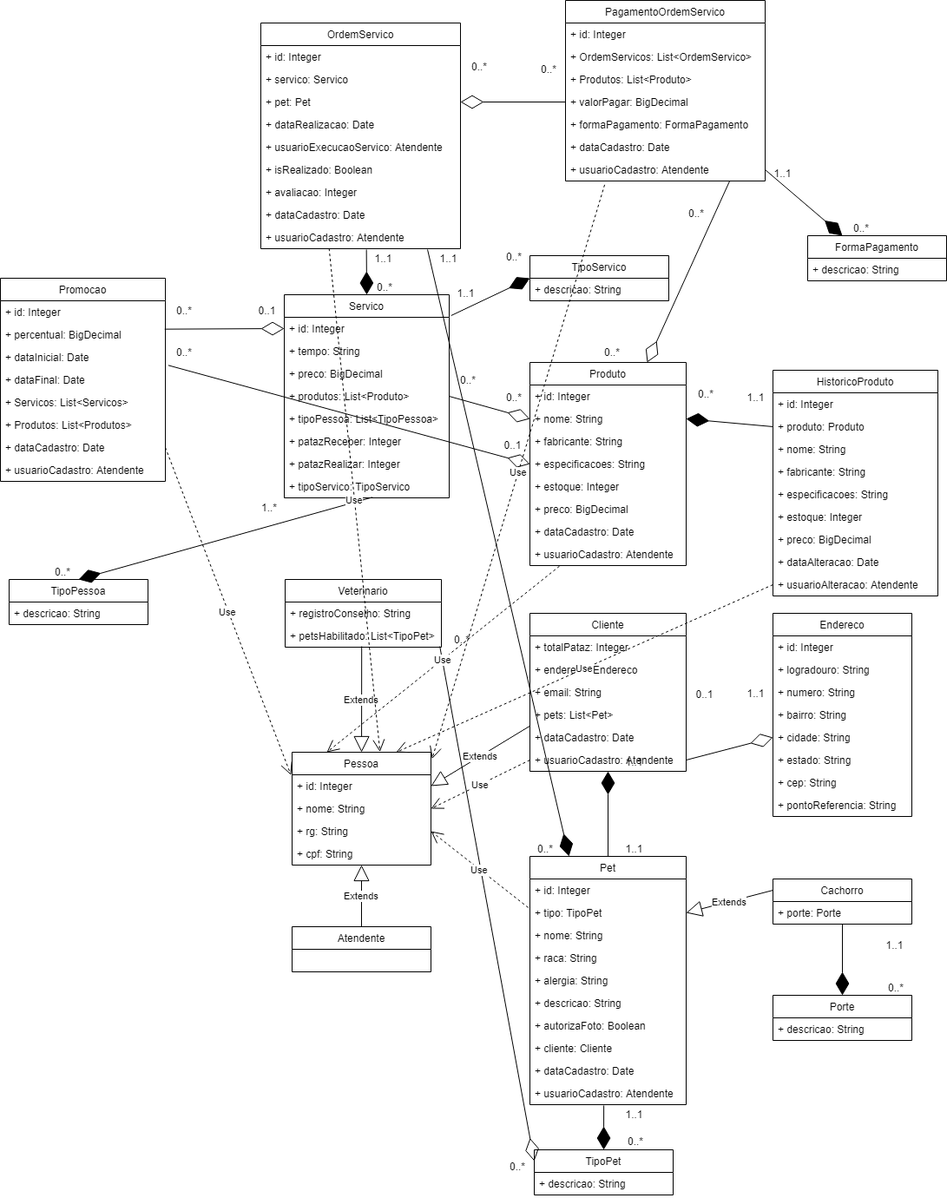
Before: Classes de Domínio.png, a diagram exported from draw.io (rospiel/Doc-Tcc-Engenharia-de-Software). Source tidied: cells renumbered, new cells last; positions are measured from the earlier drawing's top-left corner, leaving out a move shared by most shapes.
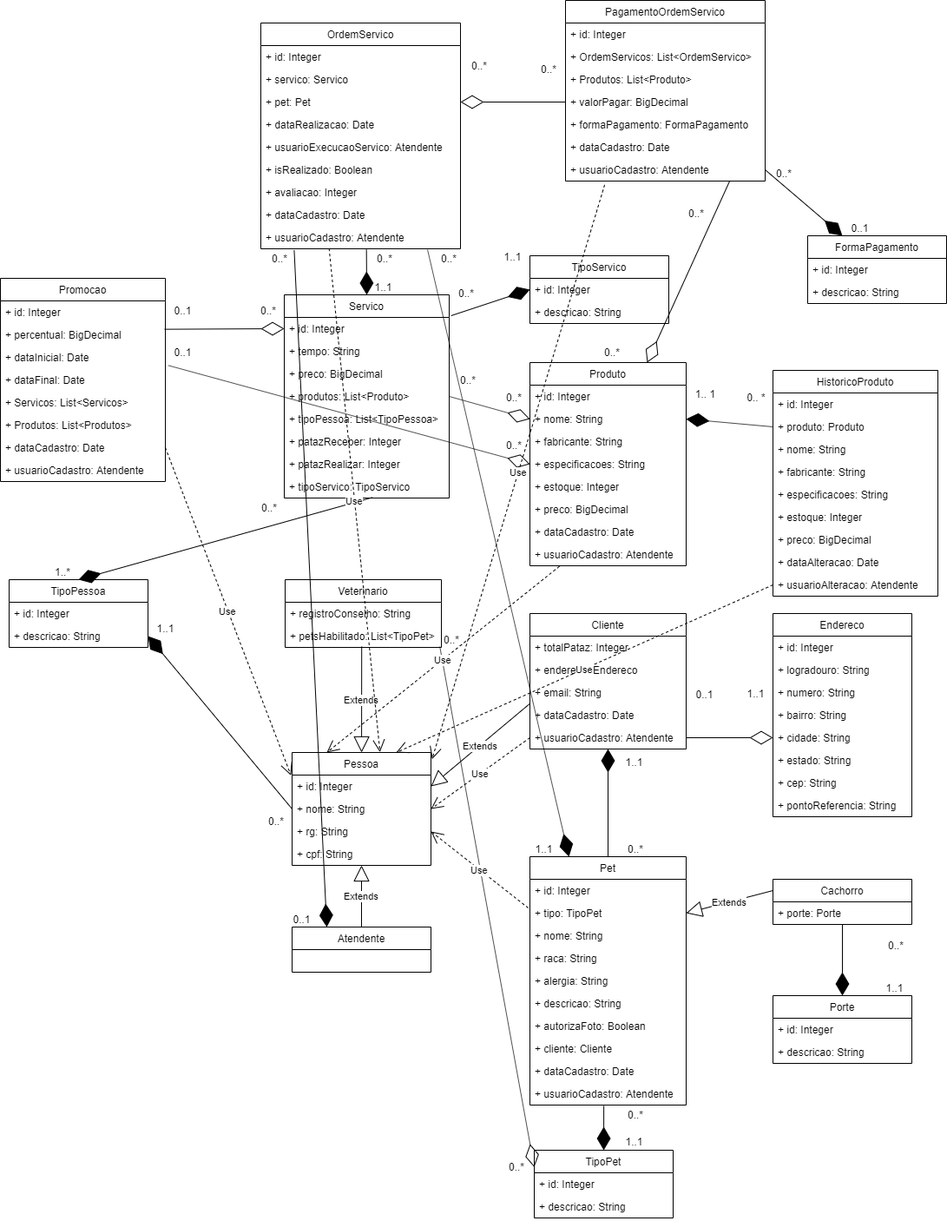
The same file after the commit.

Commit message:
Ajustes na classe de domínio e modelo entidade relacionamento

Diff of the diagram source:
```diff
@@ -4,2 +4,5 @@
     <mxCell id="1" parent="0" />
+    <mxCell id="164" style="endArrow=diamondThin;endFill=1;endSize=24;html=1;exitX=0.167;exitY=1.059;exitDx=0;exitDy=0;entryX=0.25;entryY=0;entryDx=0;entryDy=0;exitPerimeter=0;" parent="1" edge="1" source="100" target="79">
+      <mxGeometry relative="1" as="geometry" />
+    </mxCell>
     <mxCell id="2" value="Servico" style="swimlane;fontStyle=0;horizontal=1;startSize=26;fillColor=none;" parent="1" vertex="1">
@@ -89,3 +92,3 @@
     <mxCell id="30" value="Cliente" style="swimlane;fontStyle=0;horizontal=1;startSize=26;fillColor=none;" parent="1" vertex="1">
-      <mxGeometry x="610" y="706" width="180" height="182" as="geometry" />
+      <mxGeometry x="610" y="706" width="180" height="156" as="geometry" />
     </mxCell>
@@ -100,10 +103,7 @@
     </mxCell>
-    <mxCell id="34" value="+ pets: List&lt;Pet&gt;" style="text;strokeColor=none;fillColor=none;align=left;verticalAlign=top;spacingLeft=4;spacingRight=4;overflow=hidden;" parent="30" vertex="1">
-      <mxGeometry y="104" width="180" height="26" as="geometry" />
-    </mxCell>
     <mxCell id="35" value="+ dataCadastro: Date" style="text;strokeColor=none;fillColor=none;align=left;verticalAlign=top;spacingLeft=4;spacingRight=4;overflow=hidden;points=[[0,0.5],[1,0.5]];portConstraint=eastwest;" parent="30" vertex="1">
-      <mxGeometry y="130" width="180" height="26" as="geometry" />
+      <mxGeometry y="104" width="180" height="26" as="geometry" />
     </mxCell>
     <mxCell id="36" value="+ usuarioCadastro: Atendente" style="text;strokeColor=none;fillColor=none;align=left;verticalAlign=top;spacingLeft=4;spacingRight=4;overflow=hidden;points=[[0,0.5],[1,0.5]];portConstraint=eastwest;" parent="30" vertex="1">
-      <mxGeometry y="156" width="180" height="26" as="geometry" />
+      <mxGeometry y="130" width="180" height="26" as="geometry" />
     </mxCell>
@@ -205,11 +205,2 @@
     </mxCell>
-    <mxCell id="69" value="Veterinario" style="swimlane;fontStyle=0;horizontal=1;startSize=26;fillColor=none;" parent="1" vertex="1">
-      <mxGeometry x="328" y="667" width="180" height="78" as="geometry" />
-    </mxCell>
-    <mxCell id="70" value="+ registroConselho: String" style="text;strokeColor=none;fillColor=none;align=left;verticalAlign=top;spacingLeft=4;spacingRight=4;overflow=hidden;" parent="69" vertex="1">
-      <mxGeometry y="26" width="180" height="26" as="geometry" />
-    </mxCell>
-    <mxCell id="71" value="+ petsHabilitado: List&lt;TipoPet&gt;" style="text;strokeColor=none;fillColor=none;align=left;verticalAlign=top;spacingLeft=4;spacingRight=4;overflow=hidden;points=[[0,0.5],[1,0.5]];portConstraint=eastwest;" parent="69" vertex="1">
-      <mxGeometry y="52" width="180" height="26" as="geometry" />
-    </mxCell>
     <mxCell id="72" value="Extends" style="endArrow=block;endSize=16;endFill=0;html=1;exitX=0.49;exitY=0.962;exitDx=0;exitDy=0;exitPerimeter=0;" parent="1" edge="1" source="71" target="63">
@@ -221,3 +212,3 @@
     <mxCell id="74" value="0..*" style="text;html=1;strokeColor=none;fillColor=none;align=center;verticalAlign=middle;whiteSpace=wrap;rounded=0;" parent="1" vertex="1">
-      <mxGeometry x="510" y="725" width="40" height="20" as="geometry" />
+      <mxGeometry x="499" y="725" width="40" height="20" as="geometry" />
     </mxCell>
@@ -242,6 +233,9 @@
     <mxCell id="81" value="TipoPessoa" style="swimlane;fontStyle=0;horizontal=1;startSize=26;fillColor=none;" parent="1" vertex="1">
-      <mxGeometry x="10" y="667" width="160" height="52" as="geometry" />
+      <mxGeometry x="10" y="667" width="160" height="78" as="geometry" />
     </mxCell>
+    <mxCell id="165" value="+ id: Integer" style="text;strokeColor=none;fillColor=none;align=left;verticalAlign=top;spacingLeft=4;spacingRight=4;overflow=hidden;" parent="81" vertex="1">
+      <mxGeometry y="26" width="160" height="26" as="geometry" />
+    </mxCell>
     <mxCell id="82" value="+ descricao: String" style="text;strokeColor=none;fillColor=none;align=left;verticalAlign=top;spacingLeft=4;spacingRight=4;overflow=hidden;points=[[0,0.5],[1,0.5]];portConstraint=eastwest;" parent="81" vertex="1">
-      <mxGeometry y="26" width="160" height="26" as="geometry" />
+      <mxGeometry y="52" width="160" height="26" as="geometry" />
     </mxCell>
@@ -250,6 +244,6 @@
     </mxCell>
-    <mxCell id="84" value="1..*" style="text;html=1;strokeColor=none;fillColor=none;align=center;verticalAlign=middle;whiteSpace=wrap;rounded=0;" parent="1" vertex="1">
+    <mxCell id="84" value="0..*" style="text;html=1;strokeColor=none;fillColor=none;align=center;verticalAlign=middle;whiteSpace=wrap;rounded=0;" parent="1" vertex="1">
       <mxGeometry x="288" y="573" width="40" height="20" as="geometry" />
     </mxCell>
-    <mxCell id="85" value="0..*" style="text;html=1;strokeColor=none;fillColor=none;align=center;verticalAlign=middle;whiteSpace=wrap;rounded=0;" parent="1" vertex="1">
+    <mxCell id="85" value="1..*" style="text;html=1;strokeColor=none;fillColor=none;align=center;verticalAlign=middle;whiteSpace=wrap;rounded=0;" parent="1" vertex="1">
       <mxGeometry x="50" y="647" width="40" height="20" as="geometry" />
@@ -257,6 +251,9 @@
     <mxCell id="86" value="Porte" style="swimlane;fontStyle=0;horizontal=1;startSize=26;fillColor=none;" parent="1" vertex="1">
-      <mxGeometry x="890" y="1146" width="160" height="52" as="geometry" />
+      <mxGeometry x="890" y="1146" width="160" height="78" as="geometry" />
     </mxCell>
+    <mxCell id="166" value="+ id: Integer" style="text;strokeColor=none;fillColor=none;align=left;verticalAlign=top;spacingLeft=4;spacingRight=4;overflow=hidden;" parent="86" vertex="1">
+      <mxGeometry y="26" width="160" height="26" as="geometry" />
+    </mxCell>
     <mxCell id="87" value="+ descricao: String" style="text;strokeColor=none;fillColor=none;align=left;verticalAlign=top;spacingLeft=4;spacingRight=4;overflow=hidden;" parent="86" vertex="1">
-      <mxGeometry y="26" width="160" height="26" as="geometry" />
+      <mxGeometry y="52" width="160" height="26" as="geometry" />
     </mxCell>
@@ -265,6 +262,6 @@
     </mxCell>
-    <mxCell id="89" value="1..1" style="text;html=1;strokeColor=none;fillColor=none;align=center;verticalAlign=middle;whiteSpace=wrap;rounded=0;" parent="1" vertex="1">
+    <mxCell id="89" value="0..*" style="text;html=1;strokeColor=none;fillColor=none;align=center;verticalAlign=middle;whiteSpace=wrap;rounded=0;" parent="1" vertex="1">
       <mxGeometry x="1010" y="1077" width="40" height="20" as="geometry" />
     </mxCell>
-    <mxCell id="90" value="0..*" style="text;html=1;strokeColor=none;fillColor=none;align=center;verticalAlign=middle;whiteSpace=wrap;rounded=0;" parent="1" vertex="1">
+    <mxCell id="90" value="1..1" style="text;html=1;strokeColor=none;fillColor=none;align=center;verticalAlign=middle;whiteSpace=wrap;rounded=0;" parent="1" vertex="1">
       <mxGeometry x="1010" y="1126" width="40" height="20" as="geometry" />
@@ -304,3 +301,3 @@
     </mxCell>
-    <mxCell id="102" value="1..1" style="text;html=1;strokeColor=none;fillColor=none;align=center;verticalAlign=middle;whiteSpace=wrap;rounded=0;" parent="1" vertex="1">
+    <mxCell id="102" value="0..*" style="text;html=1;strokeColor=none;fillColor=none;align=center;verticalAlign=middle;whiteSpace=wrap;rounded=0;" parent="1" vertex="1">
       <mxGeometry x="710" y="966" width="40" height="20" as="geometry" />
@@ -311,6 +308,9 @@
     <mxCell id="104" value="TipoServico" style="swimlane;fontStyle=0;horizontal=1;startSize=26;fillColor=none;" parent="1" vertex="1">
-      <mxGeometry x="610" y="294" width="160" height="52" as="geometry" />
+      <mxGeometry x="610" y="294" width="160" height="78" as="geometry" />
     </mxCell>
+    <mxCell id="167" value="+ id: Integer" style="text;strokeColor=none;fillColor=none;align=left;verticalAlign=top;spacingLeft=4;spacingRight=4;overflow=hidden;" parent="104" vertex="1">
+      <mxGeometry y="26" width="160" height="26" as="geometry" />
+    </mxCell>
     <mxCell id="105" value="+ descricao: String" style="text;strokeColor=none;fillColor=none;align=left;verticalAlign=top;spacingLeft=4;spacingRight=4;overflow=hidden;" parent="104" vertex="1">
-      <mxGeometry y="26" width="160" height="26" as="geometry" />
+      <mxGeometry y="52" width="160" height="26" as="geometry" />
     </mxCell>
@@ -319,6 +319,6 @@
     </mxCell>
-    <mxCell id="107" value="1..1" style="text;html=1;strokeColor=none;fillColor=none;align=center;verticalAlign=middle;whiteSpace=wrap;rounded=0;" parent="1" vertex="1">
+    <mxCell id="107" value="0..*" style="text;html=1;strokeColor=none;fillColor=none;align=center;verticalAlign=middle;whiteSpace=wrap;rounded=0;" parent="1" vertex="1">
       <mxGeometry x="515.5" y="326" width="40" height="20" as="geometry" />
     </mxCell>
-    <mxCell id="108" value="0..*" style="text;html=1;strokeColor=none;fillColor=none;align=center;verticalAlign=middle;whiteSpace=wrap;rounded=0;" parent="1" vertex="1">
+    <mxCell id="108" value="1..1" style="text;html=1;strokeColor=none;fillColor=none;align=center;verticalAlign=middle;whiteSpace=wrap;rounded=0;" parent="1" vertex="1">
       <mxGeometry x="570" y="284" width="40" height="20" as="geometry" />
@@ -326,6 +326,9 @@
     <mxCell id="109" value="TipoPet" style="swimlane;fontStyle=0;horizontal=1;startSize=26;fillColor=none;" parent="1" vertex="1">
-      <mxGeometry x="615" y="1324" width="160" height="52" as="geometry" />
+      <mxGeometry x="615" y="1324" width="160" height="78" as="geometry" />
     </mxCell>
+    <mxCell id="168" value="+ id: Integer" style="text;strokeColor=none;fillColor=none;align=left;verticalAlign=top;spacingLeft=4;spacingRight=4;overflow=hidden;" parent="109" vertex="1">
+      <mxGeometry y="26" width="160" height="26" as="geometry" />
+    </mxCell>
     <mxCell id="110" value="+ descricao: String" style="text;strokeColor=none;fillColor=none;align=left;verticalAlign=top;spacingLeft=4;spacingRight=4;overflow=hidden;" parent="109" vertex="1">
-      <mxGeometry y="26" width="160" height="26" as="geometry" />
+      <mxGeometry y="52" width="160" height="26" as="geometry" />
     </mxCell>
@@ -334,6 +337,6 @@
     </mxCell>
-    <mxCell id="112" value="1..1" style="text;html=1;strokeColor=none;fillColor=none;align=center;verticalAlign=middle;whiteSpace=wrap;rounded=0;" parent="1" vertex="1">
+    <mxCell id="112" value="0..*" style="text;html=1;strokeColor=none;fillColor=none;align=center;verticalAlign=middle;whiteSpace=wrap;rounded=0;" parent="1" vertex="1">
       <mxGeometry x="710" y="1272" width="40" height="20" as="geometry" />
     </mxCell>
-    <mxCell id="113" value="0..*" style="text;html=1;strokeColor=none;fillColor=none;align=center;verticalAlign=middle;whiteSpace=wrap;rounded=0;" parent="1" vertex="1">
+    <mxCell id="113" value="1..1" style="text;html=1;strokeColor=none;fillColor=none;align=center;verticalAlign=middle;whiteSpace=wrap;rounded=0;" parent="1" vertex="1">
       <mxGeometry x="710" y="1303" width="40" height="20" as="geometry" />
@@ -343,6 +346,6 @@
     </mxCell>
-    <mxCell id="115" value="1..1" style="text;html=1;strokeColor=none;fillColor=none;align=center;verticalAlign=middle;whiteSpace=wrap;rounded=0;" parent="1" vertex="1">
+    <mxCell id="115" value="0..*" style="text;html=1;strokeColor=none;fillColor=none;align=center;verticalAlign=middle;whiteSpace=wrap;rounded=0;" parent="1" vertex="1">
       <mxGeometry x="421" y="286" width="40" height="20" as="geometry" />
     </mxCell>
-    <mxCell id="116" value="0..*" style="text;html=1;strokeColor=none;fillColor=none;align=center;verticalAlign=middle;whiteSpace=wrap;rounded=0;" parent="1" vertex="1">
+    <mxCell id="116" value="1..1" style="text;html=1;strokeColor=none;fillColor=none;align=center;verticalAlign=middle;whiteSpace=wrap;rounded=0;" parent="1" vertex="1">
       <mxGeometry x="421" y="319" width="40" height="20" as="geometry" />
@@ -374,6 +377,9 @@
     <mxCell id="125" value="FormaPagamento" style="swimlane;fontStyle=0;horizontal=1;startSize=26;fillColor=none;" parent="1" vertex="1">
-      <mxGeometry x="930" y="271" width="160" height="52" as="geometry" />
+      <mxGeometry x="930" y="271" width="160" height="78" as="geometry" />
     </mxCell>
+    <mxCell id="169" value="+ id: Integer" style="text;strokeColor=none;fillColor=none;align=left;verticalAlign=top;spacingLeft=4;spacingRight=4;overflow=hidden;" parent="125" vertex="1">
+      <mxGeometry y="26" width="160" height="26" as="geometry" />
+    </mxCell>
     <mxCell id="126" value="+ descricao: String" style="text;strokeColor=none;fillColor=none;align=left;verticalAlign=top;spacingLeft=4;spacingRight=4;overflow=hidden;" parent="125" vertex="1">
-      <mxGeometry y="26" width="160" height="26" as="geometry" />
+      <mxGeometry y="52" width="160" height="26" as="geometry" />
     </mxCell>
@@ -382,6 +388,6 @@
     </mxCell>
-    <mxCell id="128" value="1..1" style="text;html=1;strokeColor=none;fillColor=none;align=center;verticalAlign=middle;whiteSpace=wrap;rounded=0;" parent="1" vertex="1">
+    <mxCell id="128" value="0..*" style="text;html=1;strokeColor=none;fillColor=none;align=center;verticalAlign=middle;whiteSpace=wrap;rounded=0;" parent="1" vertex="1">
       <mxGeometry x="881" y="188" width="40" height="20" as="geometry" />
     </mxCell>
-    <mxCell id="129" value="0..*" style="text;html=1;strokeColor=none;fillColor=none;align=center;verticalAlign=middle;whiteSpace=wrap;rounded=0;" parent="1" vertex="1">
+    <mxCell id="129" value="0..1" style="text;html=1;strokeColor=none;fillColor=none;align=center;verticalAlign=middle;whiteSpace=wrap;rounded=0;" parent="1" vertex="1">
       <mxGeometry x="970" y="251" width="40" height="20" as="geometry" />
@@ -439,12 +445,12 @@
     </mxCell>
-    <mxCell id="147" value="0..*" style="text;html=1;strokeColor=none;fillColor=none;align=center;verticalAlign=middle;whiteSpace=wrap;rounded=0;" parent="1" vertex="1">
+    <mxCell id="147" value="0..1" style="text;html=1;strokeColor=none;fillColor=none;align=center;verticalAlign=middle;whiteSpace=wrap;rounded=0;" parent="1" vertex="1">
       <mxGeometry x="190" y="346" width="40" height="20" as="geometry" />
     </mxCell>
-    <mxCell id="148" value="0..1" style="text;html=1;strokeColor=none;fillColor=none;align=center;verticalAlign=middle;whiteSpace=wrap;rounded=0;" parent="1" vertex="1">
+    <mxCell id="148" value="0..*" style="text;html=1;strokeColor=none;fillColor=none;align=center;verticalAlign=middle;whiteSpace=wrap;rounded=0;" parent="1" vertex="1">
       <mxGeometry x="287" y="346" width="40" height="20" as="geometry" />
     </mxCell>
-    <mxCell id="149" value="0..*" style="text;html=1;strokeColor=none;fillColor=none;align=center;verticalAlign=middle;whiteSpace=wrap;rounded=0;" parent="1" vertex="1">
+    <mxCell id="149" value="0..1" style="text;html=1;strokeColor=none;fillColor=none;align=center;verticalAlign=middle;whiteSpace=wrap;rounded=0;" parent="1" vertex="1">
       <mxGeometry x="190" y="394" width="40" height="20" as="geometry" />
     </mxCell>
-    <mxCell id="150" value="0..1" style="text;html=1;strokeColor=none;fillColor=none;align=center;verticalAlign=middle;whiteSpace=wrap;rounded=0;" parent="1" vertex="1">
+    <mxCell id="150" value="0..*" style="text;html=1;strokeColor=none;fillColor=none;align=center;verticalAlign=middle;whiteSpace=wrap;rounded=0;" parent="1" vertex="1">
       <mxGeometry x="570" y="501" width="40" height="20" as="geometry" />
@@ -475,6 +481,6 @@
     </mxCell>
-    <mxCell id="159" value="1..1" style="text;html=1;strokeColor=none;fillColor=none;align=center;verticalAlign=middle;whiteSpace=wrap;rounded=0;" parent="1" vertex="1">
+    <mxCell id="159" value="0..*" style="text;html=1;strokeColor=none;fillColor=none;align=center;verticalAlign=middle;whiteSpace=wrap;rounded=0;" parent="1" vertex="1">
       <mxGeometry x="495.5" y="286" width="40" height="20" as="geometry" />
     </mxCell>
-    <mxCell id="160" value="0..*" style="text;html=1;strokeColor=none;fillColor=none;align=center;verticalAlign=middle;whiteSpace=wrap;rounded=0;" parent="1" vertex="1">
+    <mxCell id="160" value="1..1" style="text;html=1;strokeColor=none;fillColor=none;align=center;verticalAlign=middle;whiteSpace=wrap;rounded=0;" parent="1" vertex="1">
       <mxGeometry x="606" y="966" width="40" height="20" as="geometry" />
@@ -484,8 +490,32 @@
     </mxCell>
-    <mxCell id="162" value="0..*" style="text;html=1;strokeColor=none;fillColor=none;align=center;verticalAlign=middle;whiteSpace=wrap;rounded=0;" parent="1" vertex="1">
+    <mxCell id="162" value="1.. 1" style="text;html=1;strokeColor=none;fillColor=none;align=center;verticalAlign=middle;whiteSpace=wrap;rounded=0;" parent="1" vertex="1">
       <mxGeometry x="791" y="442" width="40" height="20" as="geometry" />
     </mxCell>
-    <mxCell id="163" value="1..1" style="text;html=1;strokeColor=none;fillColor=none;align=center;verticalAlign=middle;whiteSpace=wrap;rounded=0;" parent="1" vertex="1">
+    <mxCell id="163" value="0.. *" style="text;html=1;strokeColor=none;fillColor=none;align=center;verticalAlign=middle;whiteSpace=wrap;rounded=0;" parent="1" vertex="1">
       <mxGeometry x="850" y="446" width="40" height="20" as="geometry" />
     </mxCell>
+    <mxCell id="69" value="Veterinario" style="swimlane;fontStyle=0;horizontal=1;startSize=26;fillColor=none;" parent="1" vertex="1">
+      <mxGeometry x="328" y="667" width="180" height="78" as="geometry" />
+    </mxCell>
+    <mxCell id="70" value="+ registroConselho: String" style="text;strokeColor=none;fillColor=none;align=left;verticalAlign=top;spacingLeft=4;spacingRight=4;overflow=hidden;" parent="69" vertex="1">
+      <mxGeometry y="26" width="180" height="26" as="geometry" />
+    </mxCell>
+    <mxCell id="71" value="+ petsHabilitado: List&lt;TipoPet&gt;" style="text;strokeColor=none;fillColor=none;align=left;verticalAlign=top;spacingLeft=4;spacingRight=4;overflow=hidden;points=[[0,0.5],[1,0.5]];portConstraint=eastwest;" parent="69" vertex="1">
+      <mxGeometry y="52" width="180" height="26" as="geometry" />
+    </mxCell>
+    <mxCell id="170" value="0..*" style="text;html=1;strokeColor=none;fillColor=none;align=center;verticalAlign=middle;whiteSpace=wrap;rounded=0;" parent="1" vertex="1">
+      <mxGeometry x="300" y="286" width="40" height="20" as="geometry" />
+    </mxCell>
+    <mxCell id="171" value="0..1" style="text;html=1;strokeColor=none;fillColor=none;align=center;verticalAlign=middle;whiteSpace=wrap;rounded=0;" parent="1" vertex="1">
+      <mxGeometry x="327" y="1047" width="40" height="20" as="geometry" />
+    </mxCell>
+    <mxCell id="172" style="endArrow=diamondThin;endFill=1;endSize=24;html=1;entryX=1;entryY=0.5;entryDx=0;entryDy=0;exitX=0;exitY=0.5;exitDx=0;exitDy=0;" parent="1" edge="1" source="65" target="82">
+      <mxGeometry relative="1" as="geometry" />
+    </mxCell>
+    <mxCell id="173" value="1..1" style="text;html=1;strokeColor=none;fillColor=none;align=center;verticalAlign=middle;whiteSpace=wrap;rounded=0;" parent="1" vertex="1">
+      <mxGeometry x="170" y="712" width="40" height="20" as="geometry" />
+    </mxCell>
+    <mxCell id="174" value="0..*" style="text;html=1;strokeColor=none;fillColor=none;align=center;verticalAlign=middle;whiteSpace=wrap;rounded=0;" parent="1" vertex="1">
+      <mxGeometry x="296" y="934" width="40" height="20" as="geometry" />
+    </mxCell>
   </root>
```
